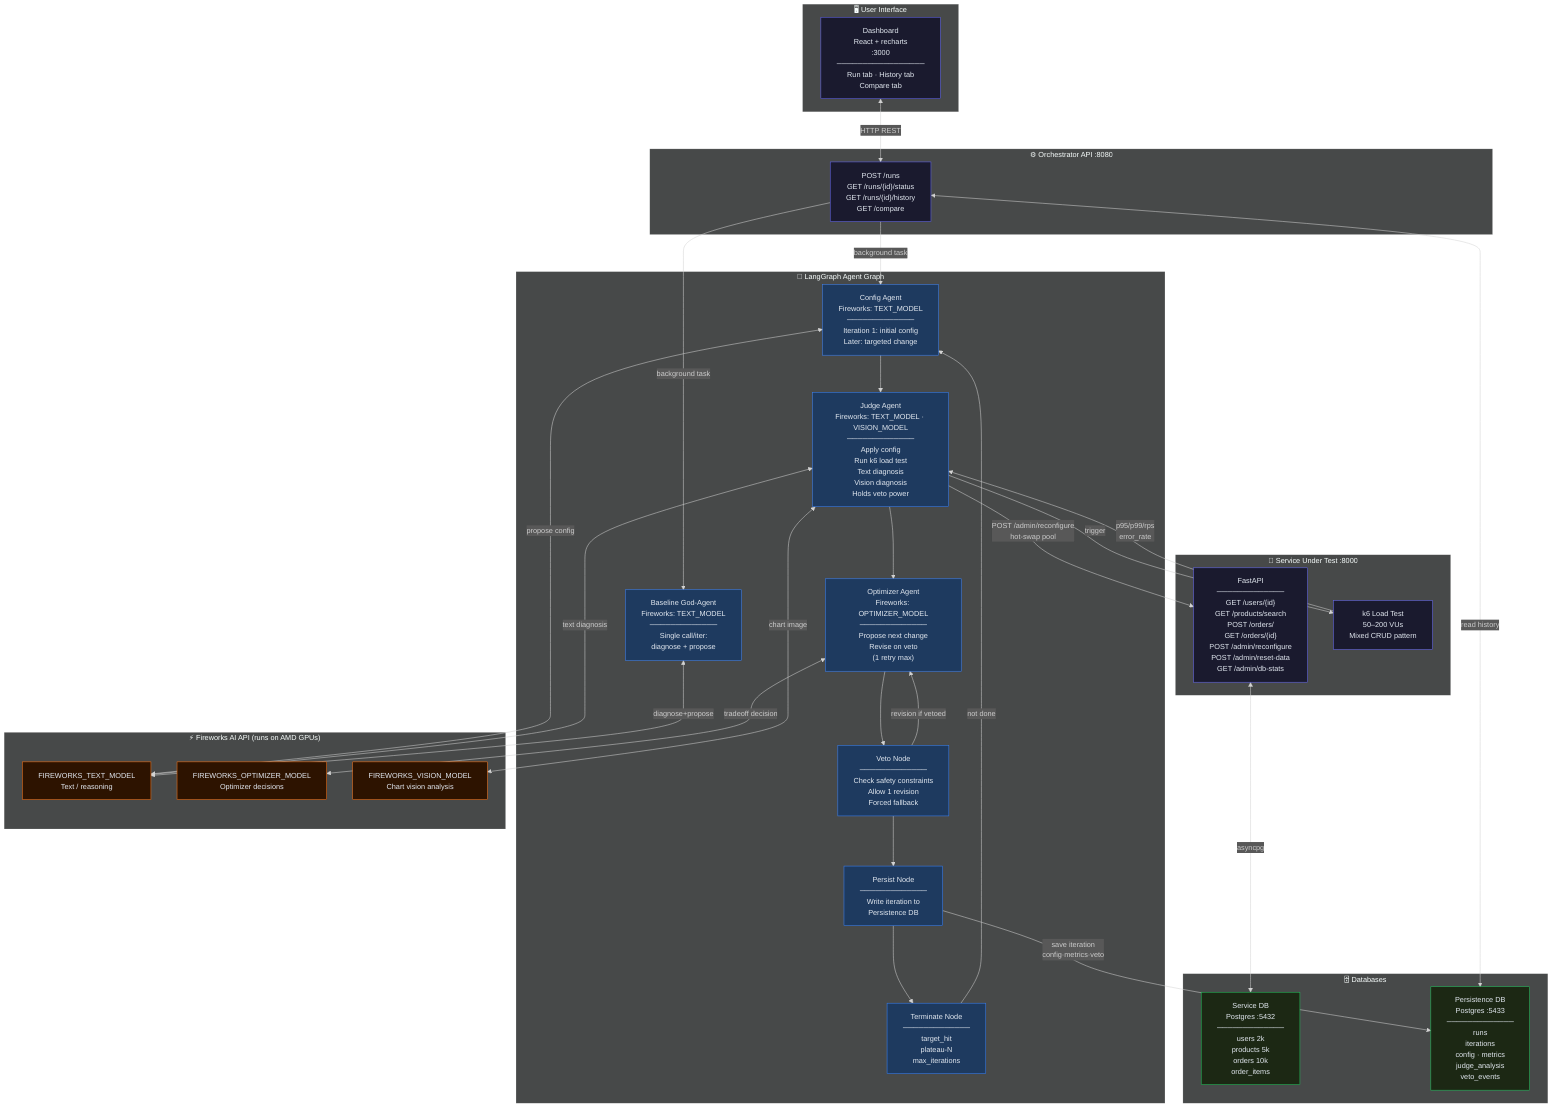
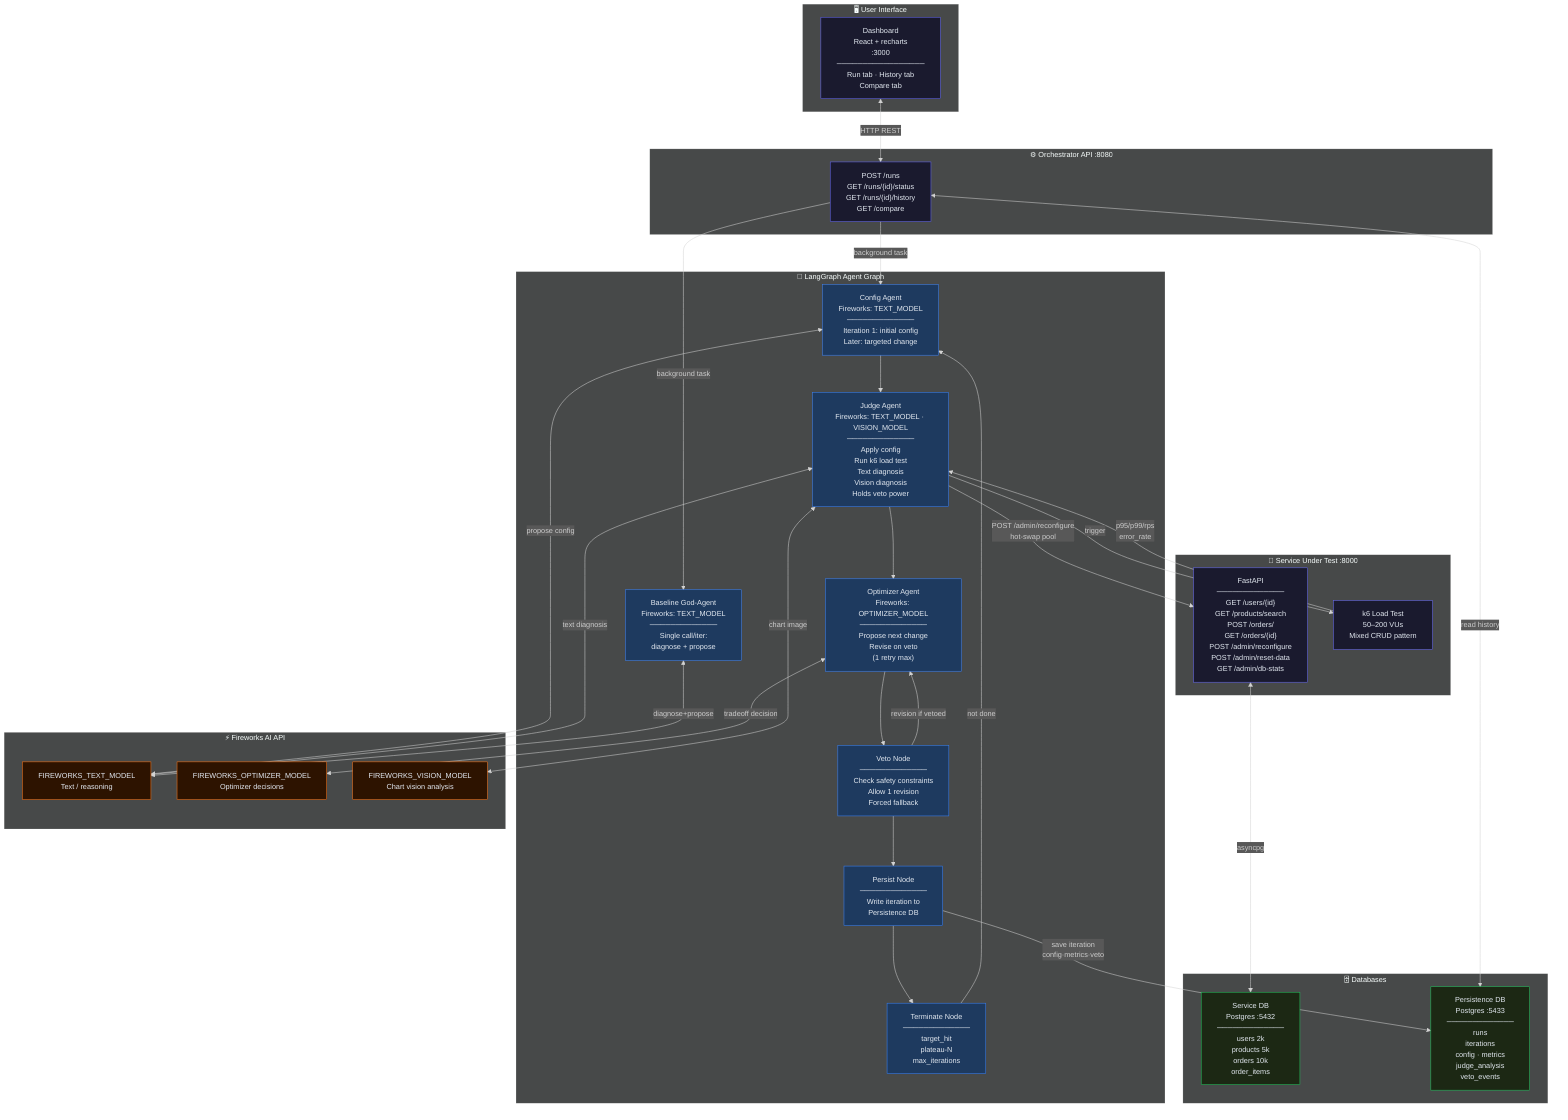
%%{init: {'theme': 'dark', 'themeVariables': {'fontSize': '14px'}}}%%
flowchart TD
    subgraph UI["🖥️ User Interface"]
        DASH["Dashboard\nReact + recharts\n:3000\n─────────────────\nRun tab · History tab\nCompare tab"]
    end

    subgraph ORCH_BOX["⚙️ Orchestrator API :8080"]
        ORCH["POST /runs\nGET /runs/{id}/status\nGET /runs/{id}/history\nGET /compare"]
    end

    subgraph AGENTS["🤖 LangGraph Agent Graph"]
        CFG["Config Agent\nFireworks: TEXT_MODEL\n─────────────\nIteration 1: initial config\nLater: targeted change"]
        JUDGE["Judge Agent\nFireworks: TEXT_MODEL · VISION_MODEL\n─────────────\nApply config\nRun k6 load test\nText diagnosis\nVision diagnosis\nHolds veto power"]
        OPT["Optimizer Agent\nFireworks: OPTIMIZER_MODEL\n─────────────\nPropose next change\nRevise on veto\n(1 retry max)"]
        VETO["Veto Node\n─────────────\nCheck safety constraints\nAllow 1 revision\nForced fallback"]
        PERSIST["Persist Node\n─────────────\nWrite iteration to\nPersistence DB"]
        TERM["Terminate Node\n─────────────\ntarget_hit\nplateau-N\nmax_iterations"]
        BASELINE["Baseline God-Agent\nFireworks: TEXT_MODEL\n─────────────\nSingle call/iter:\ndiagnose + propose"]
    end

-     subgraph FIREWORKS["⚡ Fireworks AI API (runs on AMD GPUs)"]
+     subgraph FIREWORKS["⚡ Fireworks AI API"]
        QT["FIREWORKS_TEXT_MODEL\nText / reasoning"]
        QM["FIREWORKS_OPTIMIZER_MODEL\nOptimizer decisions"]
        QV["FIREWORKS_VISION_MODEL\nChart vision analysis"]
    end

    subgraph SVC["🐳 Service Under Test :8000"]
        SVC_APP["FastAPI\n─────────────\nGET /users/{id}\nGET /products/search\nPOST /orders/\nGET /orders/{id}\nPOST /admin/reconfigure\nPOST /admin/reset-data\nGET /admin/db-stats"]
        K6["k6 Load Test\n50–200 VUs\nMixed CRUD pattern"]
    end

    subgraph DBS["🗄️ Databases"]
        SVCDB["Service DB\nPostgres :5432\n─────────────\nusers 2k\nproducts 5k\norders 10k\norder_items"]
        PERSISTDB["Persistence DB\nPostgres :5433\n─────────────\nruns\niterations\nconfig · metrics\njudge_analysis\nveto_events"]
    end

    %% UI ↔ Orchestrator
    DASH <-->|"HTTP REST"| ORCH

    %% Orchestrator → Agents
    ORCH -->|"background task"| CFG
    ORCH -->|"background task"| BASELINE

    %% Multi-agent graph flow
    CFG --> JUDGE
    JUDGE --> OPT
    OPT --> VETO
    VETO -->|"revision if vetoed"| OPT
    VETO --> PERSIST
    PERSIST --> TERM
    TERM -->|"not done"| CFG

    %% Agents ↔ Fireworks AI
    CFG <-->|"propose config"| QT
    JUDGE <-->|"text diagnosis"| QT
    JUDGE <-->|"chart image"| QV
    OPT <-->|"tradeoff decision"| QM
    BASELINE <-->|"diagnose+propose"| QT

    %% Judge ↔ Service
    JUDGE -->|"POST /admin/reconfigure\nhot-swap pool"| SVC_APP
    JUDGE -->|"trigger"| K6
    K6 -->|"p95/p99/rps\nerror_rate"| JUDGE

    %% Service ↔ DB
    SVC_APP <-->|"asyncpg"| SVCDB

    %% Persist Node ↔ Persistence DB
    PERSIST -->|"save iteration\nconfig·metrics·veto"| PERSISTDB
    ORCH <-->|"read history"| PERSISTDB

    %% Styles
    classDef agentNode fill:#1e3a5f,stroke:#3b82f6,color:#e2e8f0
    classDef infraNode fill:#1a1a2e,stroke:#6366f1,color:#e2e8f0
    classDef fireworksNode fill:#2d1300,stroke:#f97316,color:#e2e8f0
    classDef dbNode fill:#1c2814,stroke:#22c55e,color:#e2e8f0

    class CFG,JUDGE,OPT,VETO,PERSIST,TERM,BASELINE agentNode
    class SVC_APP,K6,DASH,ORCH infraNode
    class QT,QM,QV fireworksNode
    class SVCDB,PERSISTDB dbNode
